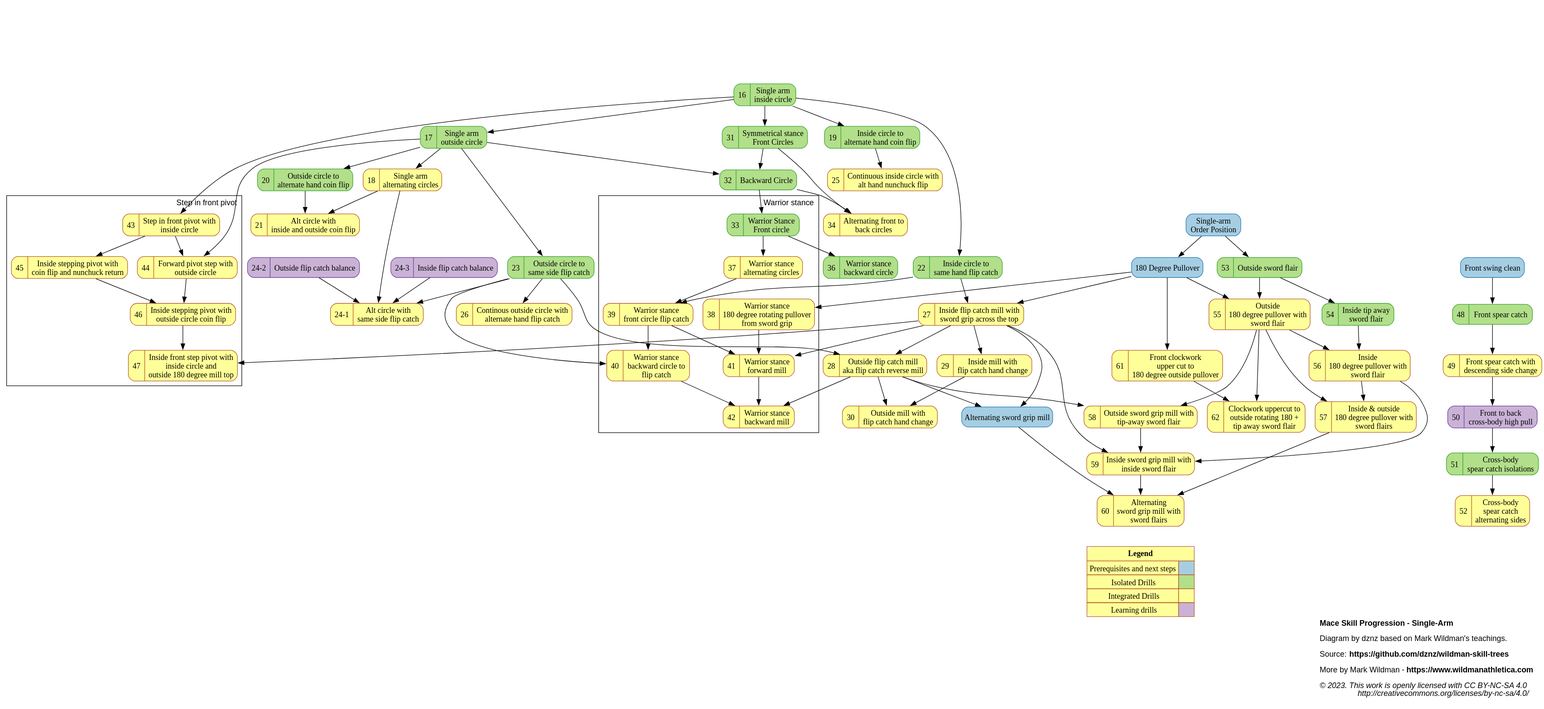
Above: dist/mace_progression_sa.svg in dznz/wildman-skill-trees (PlantUML), before the change. Its source is kept beside it as src/mace/mace_progression_sa.puml.
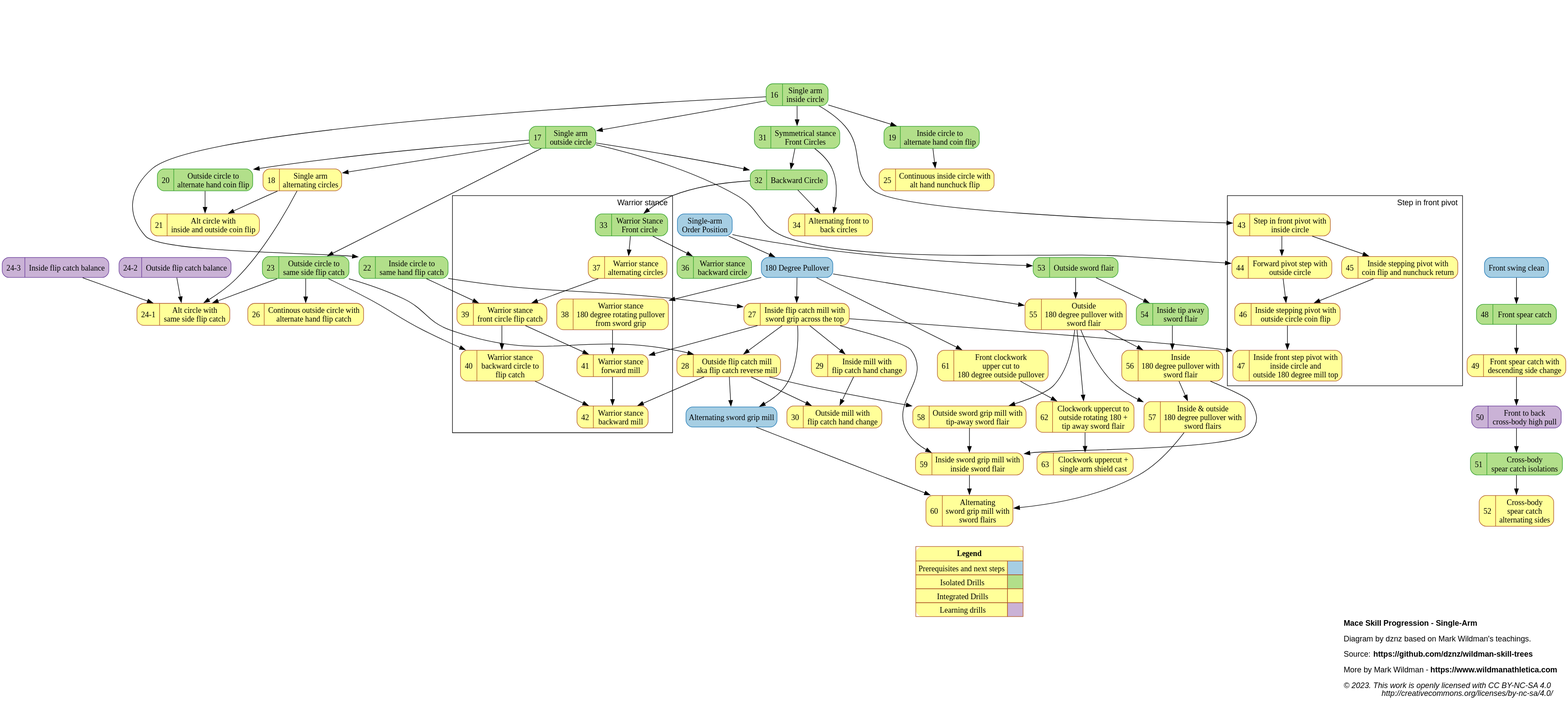
After the change.

Commit message:
feat(mace_progression): add M-63

Change to the diagram source:
```diff
@@ -92,6 +92,7 @@
 mov_60_altswordmillwflair      [label="{{60  |Alternating\nsword grip mill with\nsword flairs}}"          URL="https://www.youtube.com/watch?v=_GBln0VGekg" ];
 mov_61_clockupper2180outpull   [label="{{61  |Front clockwork\nupper cut to\n180 degree outside pullover}}"          URL="https://www.youtube.com/watch?v=XP7abuBs_V0" ];
 mov_62_clockupper2180outwflair [label="{{62  |Clockwork uppercut to\noutside rotating 180 +\ntip away sword flair}}" URL="https://www.youtube.com/watch?v=VjnRZIYV2H8" ];
+mov_63_clockupperwsasc         [label="{{63  |Clockwork uppercut +\nsingle arm shield cast}}"                        URL="https://www.youtube.com/watch?v=FQFBXlIjcDo" ];
 
     // Precursor
     ext_180pull -> mov_27_inflip180pull
@@ -175,6 +176,7 @@
 
     {ext_180pull} -> mov_61_clockupper2180outpull
     {mov_55_out180pullwflair, mov_61_clockupper2180outpull} -> mov_62_clockupper2180outwflair
+    {mov_62_clockupper2180outwflair} -> mov_63_clockupperwsasc
 
     {rank=same;mov_23_outcircle2sameflip;mov_36_warbkcircle}
     {rank=same;mov_56_in180pullwflair,mov_61_clockupper2180outpull}
```
